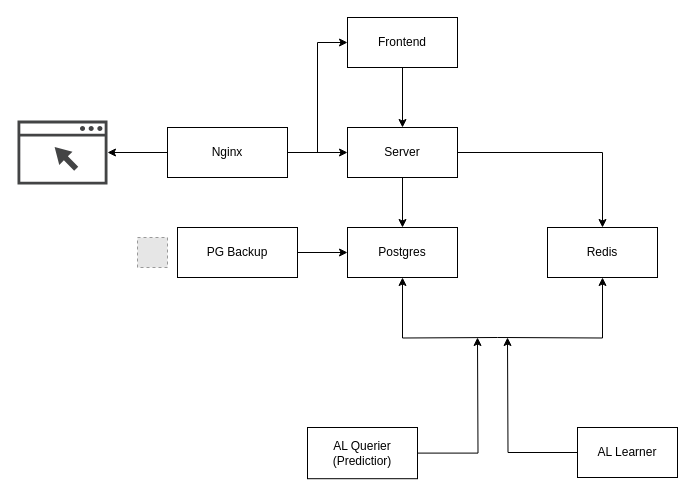
Before: services.drawio in jns-br/LabelForward, a draw.io diagram. Source tidied: cells renumbered, new cells numbered last; positions are measured from the earlier drawing's top-left corner, leaving out a move shared by most shapes. Both pictures are drawn from the tidied source at 100%, with x=0, y=0 at pixel (17, 17). Pictures stored in the file or linked from it are replaced by grey dashed boxes.
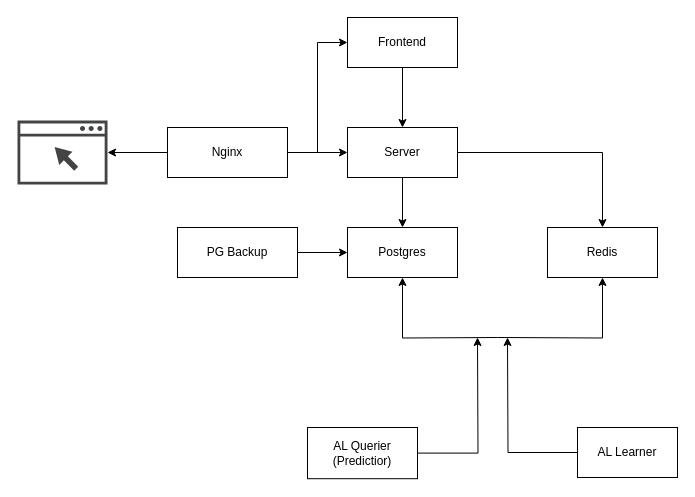
Above is the later version.

What changed in the source:
```diff
@@
-    <mxCell id="15" style="fillColor=#E6E6E6;strokeColor=#999999;dashed=1;html=1;verticalAlign=top;verticalLabelPosition=bottom;labelBackgroundColor=#ffffff;" parent="1" vertex="1">
-      <mxGeometry x="120" y="220" width="30" height="30" as="geometry" />
-    </mxCell>
```
